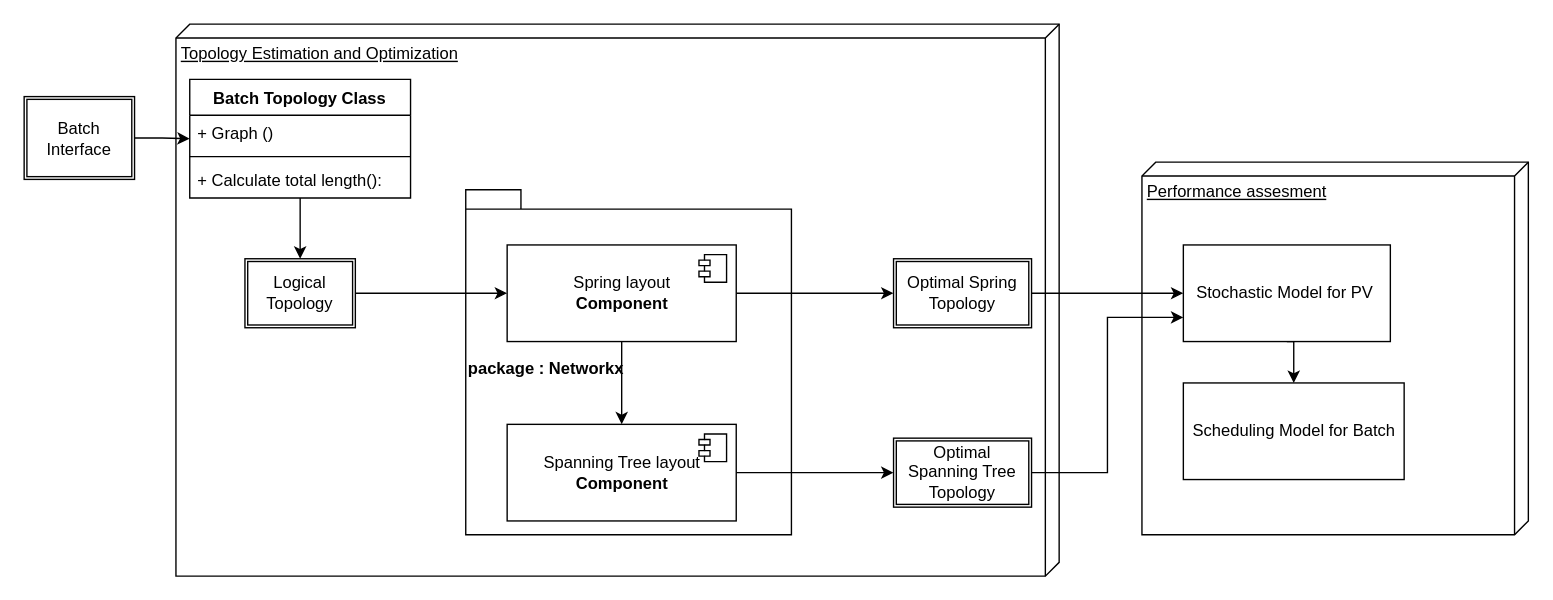
The draw.io diagram Untitled Diagram.drawio in zapcris/SPS_Topology_Tree, before the edit. Source tidied: cells renumbered, new cells numbered last; positions are measured from the earlier drawing's top-left corner, leaving out a move shared by most shapes. Both pictures are drawn from the tidied source at 138%, with x=0, y=0 at pixel (23, 23).
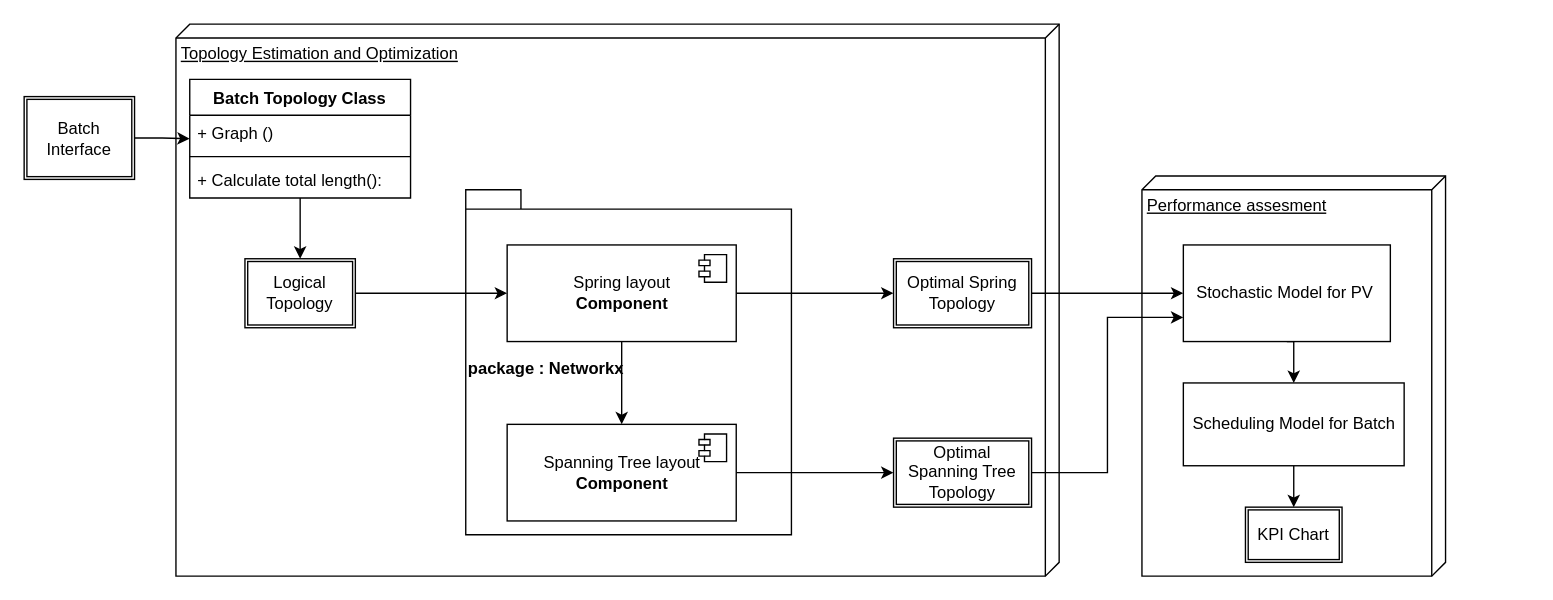
The same diagram, later.

Change to the diagram source:
```diff
@@
     <mxCell id="24" value="Performance assesment" style="verticalAlign=top;align=left;spacingTop=8;spacingLeft=2;spacingRight=12;shape=cube;size=10;direction=south;fontStyle=4;html=1;" parent="1" vertex="1">
-      <mxGeometry x="810" y="100" width="280" height="270" as="geometry" />
+      <mxGeometry x="810" y="110" width="220" height="290" as="geometry" />
     </mxCell>
@@
+    <mxCell id="30" style="edgeStyle=orthogonalEdgeStyle;rounded=0;jettySize=auto;html=1;exitX=0.5;exitY=1;exitDx=0;exitDy=0;entryX=0.5;entryY=0;entryDx=0;entryDy=0;" parent="1" edge="1" source="29" target="31">
+      <mxGeometry relative="1" as="geometry" />
+    </mxCell>
     <mxCell id="29" value="Scheduling Model for Batch" style="html=1;" parent="1" vertex="1">
-      <mxGeometry x="840" y="260" width="160" height="70" as="geometry" />
+      <mxGeometry x="840" y="260" width="160" height="60" as="geometry" />
     </mxCell>
+    <mxCell id="31" value="KPI Chart" style="shape=ext;double=1;rounded=0;whiteSpace=wrap;html=1;" parent="1" vertex="1">
+      <mxGeometry x="885" y="350" width="70" height="40" as="geometry" />
+    </mxCell>
```
